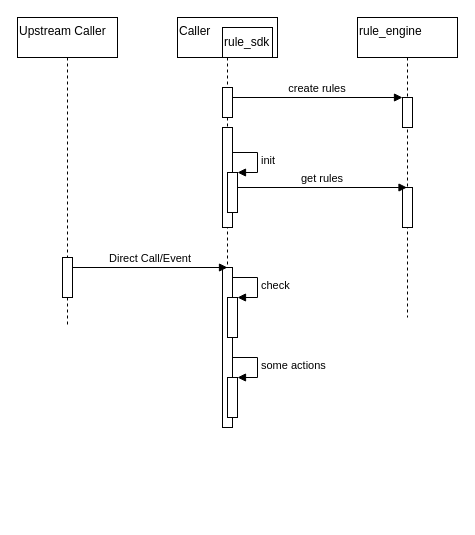
Earlier version of the draw.io diagram rule_engine.drawio (carlonelong/pics). Source tidied: cells renumbered, new cells numbered last; positions are measured from the earlier drawing's top-left corner, leaving out a move shared by most shapes. Both pictures are drawn from the tidied source at 100%, with x=0, y=0 at pixel (17, 17).
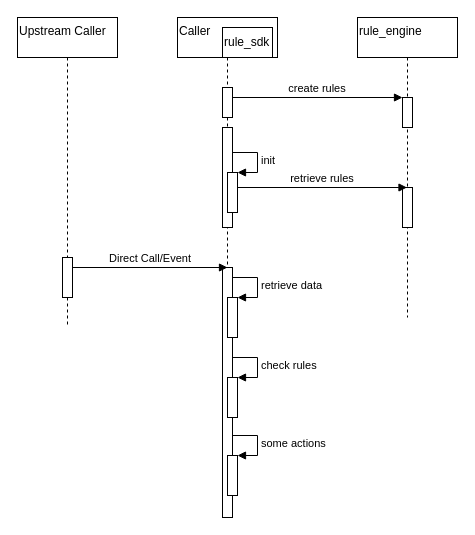
After the change.

The change refers to these unchanged cells:
```xml
<mxCell id="9" style="html=1;points=[];perimeter=orthogonalPerimeter;align=left;" parent="2" vertex="1">
  <mxGeometry x="50" y="280" width="10" height="40" as="geometry" />
</mxCell>
<mxCell id="11" style="html=1;points=[];perimeter=orthogonalPerimeter;align=left;" parent="2" vertex="1">
  <mxGeometry x="50" y="360" width="10" height="40" as="geometry" />
</mxCell>
<mxCell id="13" value="rule_engine" style="shape=umlLifeline;perimeter=lifelinePerimeter;rounded=0;shadow=0;strokeWidth=1;align=left;verticalAlign=top;" parent="1" vertex="1">
  <mxGeometry x="340" width="100" height="300" as="geometry" />
</mxCell>
```

The edit, as a diff of the source:
```diff
@@
     <mxCell id="2" value="Caller" style="shape=umlLifeline;perimeter=lifelinePerimeter;rounded=0;shadow=0;strokeWidth=1;align=left;verticalAlign=top;" parent="1" vertex="1">
-      <mxGeometry x="160" width="100" height="410" as="geometry" />
+      <mxGeometry x="160" width="100" height="500" as="geometry" />
     </mxCell>
@@
     <mxCell id="8" style="perimeter=orthogonalPerimeter;rounded=0;shadow=0;strokeWidth=1;" parent="2" vertex="1">
-      <mxGeometry x="45" y="250" width="10" height="160" as="geometry" />
+      <mxGeometry x="45" y="250" width="10" height="250" as="geometry" />
     </mxCell>
@@
-    <mxCell id="10" value="check" style="edgeStyle=orthogonalEdgeStyle;html=1;align=left;spacingLeft=2;endArrow=block;rounded=0;entryX=1;entryY=0;" parent="2" edge="1" target="9">
+    <mxCell id="10" value="retrieve data" style="edgeStyle=orthogonalEdgeStyle;html=1;align=left;spacingLeft=2;endArrow=block;rounded=0;entryX=1;entryY=0;" parent="2" edge="1" target="9">
       <mxGeometry relative="1" as="geometry">
         <mxPoint x="55" y="260" as="sourcePoint" />
         <Array as="points">
           <mxPoint x="80" y="260" />
         </Array>
       </mxGeometry>
     </mxCell>
@@
-    <mxCell id="12" value="some actions" style="edgeStyle=orthogonalEdgeStyle;html=1;align=left;spacingLeft=2;endArrow=block;rounded=0;entryX=1;entryY=0;" parent="2" edge="1" target="11">
+    <mxCell id="12" value="check rules" style="edgeStyle=orthogonalEdgeStyle;html=1;align=left;spacingLeft=2;endArrow=block;rounded=0;entryX=1;entryY=0;" parent="2" edge="1" target="11">
       <mxGeometry relative="1" as="geometry">
         <mxPoint x="55" y="340" as="sourcePoint" />
         <Array as="points">
           <mxPoint x="80" y="340" />
         </Array>
       </mxGeometry>
     </mxCell>
+    <mxCell id="21" style="html=1;points=[];perimeter=orthogonalPerimeter;align=left;" parent="2" vertex="1">
+      <mxGeometry x="50" y="438" width="10" height="40" as="geometry" />
+    </mxCell>
+    <mxCell id="22" value="some actions" style="edgeStyle=orthogonalEdgeStyle;html=1;align=left;spacingLeft=2;endArrow=block;rounded=0;entryX=1;entryY=0;" parent="2" edge="1" target="21">
+      <mxGeometry relative="1" as="geometry">
+        <mxPoint x="55" y="418" as="sourcePoint" />
+        <Array as="points">
+          <mxPoint x="80" y="418" />
+        </Array>
+      </mxGeometry>
+    </mxCell>
@@
-    <mxCell id="17" value="get rules" style="verticalAlign=bottom;endArrow=block;shadow=0;strokeWidth=1;" parent="1" edge="1" target="13">
+    <mxCell id="17" value="retrieve rules" style="verticalAlign=bottom;endArrow=block;shadow=0;strokeWidth=1;" parent="1" edge="1" target="13">
       <mxGeometry relative="1" as="geometry">
         <mxPoint x="220" y="170" as="sourcePoint" />
       </mxGeometry>
     </mxCell>
```
